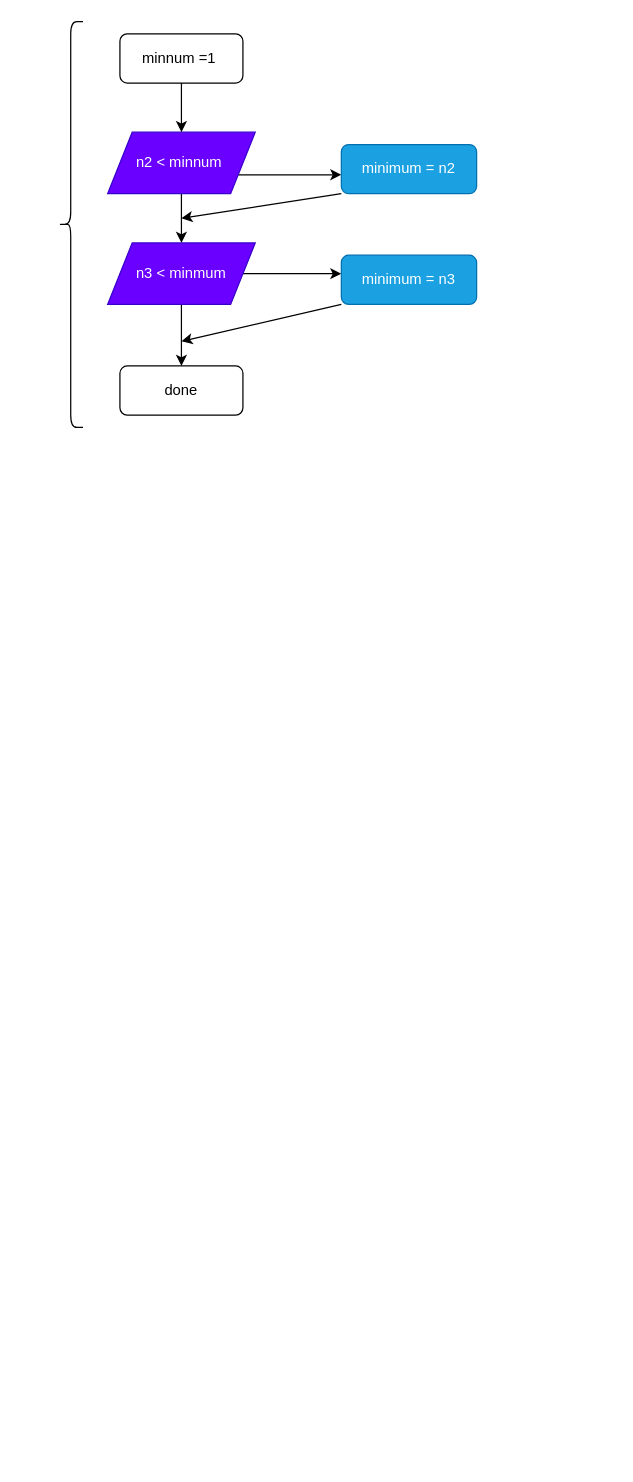
Before: main.drawio in ipivanparra/AD-3-2-F, a draw.io diagram. Source tidied: cells renumbered, new cells numbered last; positions are measured from the earlier drawing's top-left corner, leaving out a move shared by most shapes. Both pictures are drawn from the tidied source at 123%, with x=0, y=0 at pixel (58, 21).
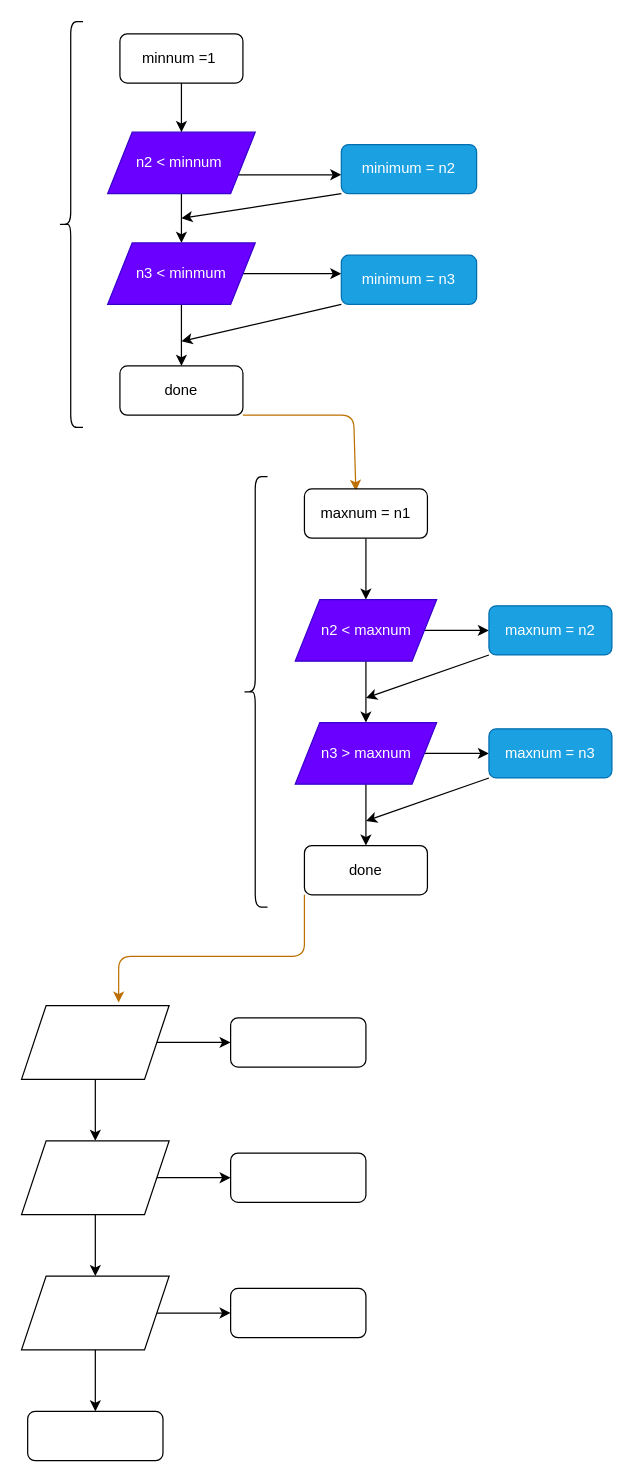
The same page after the edit.

Unchanged cells that the change refers to:
```xml
<mxCell id="10" value="done" style="rounded=1;whiteSpace=wrap;html=1;" parent="1" vertex="1">
  <mxGeometry x="50" y="280" width="100" height="40" as="geometry" />
</mxCell>
```

What changed in the source:
```diff
@@
+    <mxCell id="16" style="edgeStyle=none;html=1;exitX=1;exitY=1;exitDx=0;exitDy=0;entryX=0.418;entryY=0.04;entryDx=0;entryDy=0;entryPerimeter=0;fillColor=#f0a30a;strokeColor=#BD7000;" parent="1" edge="1" source="10" target="18">
+      <mxGeometry relative="1" as="geometry">
+        <Array as="points">
+          <mxPoint x="240" y="320" />
+        </Array>
+      </mxGeometry>
+    </mxCell>
@@
+    <mxCell id="17" style="edgeStyle=none;html=1;exitX=0.5;exitY=1;exitDx=0;exitDy=0;entryX=0.5;entryY=0;entryDx=0;entryDy=0;" parent="1" edge="1" source="18" target="21">
+      <mxGeometry relative="1" as="geometry" />
+    </mxCell>
+    <mxCell id="18" value="maxnum = n1" style="rounded=1;whiteSpace=wrap;html=1;" parent="1" vertex="1">
+      <mxGeometry x="200" y="380" width="100" height="40" as="geometry" />
+    </mxCell>
+    <mxCell id="19" style="edgeStyle=none;html=1;exitX=0.5;exitY=1;exitDx=0;exitDy=0;entryX=0.5;entryY=0;entryDx=0;entryDy=0;" parent="1" edge="1" source="21" target="24">
+      <mxGeometry relative="1" as="geometry" />
+    </mxCell>
+    <mxCell id="20" style="edgeStyle=none;html=1;exitX=1;exitY=0.5;exitDx=0;exitDy=0;entryX=0;entryY=0.5;entryDx=0;entryDy=0;" parent="1" edge="1" source="21" target="26">
+      <mxGeometry relative="1" as="geometry" />
+    </mxCell>
+    <mxCell id="21" value="n2 &amp;lt; maxnum" style="shape=parallelogram;perimeter=parallelogramPerimeter;whiteSpace=wrap;html=1;fixedSize=1;fillColor=#6a00ff;fontColor=#ffffff;strokeColor=#3700CC;" parent="1" vertex="1">
+      <mxGeometry x="192.5" y="470" width="115" height="50" as="geometry" />
+    </mxCell>
+    <mxCell id="22" style="edgeStyle=none;html=1;exitX=1;exitY=0.5;exitDx=0;exitDy=0;entryX=0;entryY=0.5;entryDx=0;entryDy=0;" parent="1" edge="1" source="24" target="28">
+      <mxGeometry relative="1" as="geometry" />
+    </mxCell>
+    <mxCell id="23" style="edgeStyle=none;html=1;exitX=0.5;exitY=1;exitDx=0;exitDy=0;entryX=0.5;entryY=0;entryDx=0;entryDy=0;" parent="1" edge="1" source="24" target="30">
+      <mxGeometry relative="1" as="geometry" />
+    </mxCell>
+    <mxCell id="24" value="n3 &amp;gt; maxnum" style="shape=parallelogram;perimeter=parallelogramPerimeter;whiteSpace=wrap;html=1;fixedSize=1;fillColor=#6a00ff;fontColor=#ffffff;strokeColor=#3700CC;" parent="1" vertex="1">
+      <mxGeometry x="192.5" y="570" width="115" height="50" as="geometry" />
+    </mxCell>
+    <mxCell id="25" style="edgeStyle=none;html=1;exitX=0;exitY=1;exitDx=0;exitDy=0;" parent="1" edge="1" source="26">
+      <mxGeometry relative="1" as="geometry">
+        <mxPoint x="250" y="550" as="targetPoint" />
+      </mxGeometry>
+    </mxCell>
+    <mxCell id="26" value="maxnum = n2" style="rounded=1;whiteSpace=wrap;html=1;fillColor=#1ba1e2;fontColor=#ffffff;strokeColor=#006EAF;" parent="1" vertex="1">
+      <mxGeometry x="350" y="475" width="100" height="40" as="geometry" />
+    </mxCell>
+    <mxCell id="27" style="edgeStyle=none;html=1;exitX=0;exitY=1;exitDx=0;exitDy=0;" parent="1" edge="1" source="28">
+      <mxGeometry relative="1" as="geometry">
+        <mxPoint x="250" y="650" as="targetPoint" />
+      </mxGeometry>
+    </mxCell>
+    <mxCell id="28" value="maxnum = n3" style="rounded=1;whiteSpace=wrap;html=1;fillColor=#1ba1e2;fontColor=#ffffff;strokeColor=#006EAF;" parent="1" vertex="1">
+      <mxGeometry x="350" y="575" width="100" height="40" as="geometry" />
+    </mxCell>
+    <mxCell id="29" style="edgeStyle=none;html=1;exitX=0;exitY=1;exitDx=0;exitDy=0;entryX=0.658;entryY=-0.04;entryDx=0;entryDy=0;fillColor=#f0a30a;strokeColor=#BD7000;entryPerimeter=0;" parent="1" edge="1" source="30" target="34">
+      <mxGeometry relative="1" as="geometry">
+        <Array as="points">
+          <mxPoint x="200" y="760" />
+          <mxPoint x="49" y="760" />
+        </Array>
+      </mxGeometry>
+    </mxCell>
+    <mxCell id="30" value="done" style="rounded=1;whiteSpace=wrap;html=1;" parent="1" vertex="1">
+      <mxGeometry x="200" y="670" width="100" height="40" as="geometry" />
+    </mxCell>
+    <mxCell id="31" style="shape=curlyBracket;whiteSpace=wrap;html=1;rounded=1;labelPosition=left;verticalLabelPosition=middle;align=right;verticalAlign=middle;" parent="1" vertex="1">
+      <mxGeometry x="150" y="370" width="20" height="350" as="geometry" />
+    </mxCell>
+    <mxCell id="32" style="edgeStyle=none;html=1;exitX=0.5;exitY=1;exitDx=0;exitDy=0;entryX=0.5;entryY=0;entryDx=0;entryDy=0;" parent="1" edge="1" source="34" target="37">
+      <mxGeometry relative="1" as="geometry" />
+    </mxCell>
+    <mxCell id="33" style="edgeStyle=none;html=1;exitX=1;exitY=0.5;exitDx=0;exitDy=0;entryX=0;entryY=0.5;entryDx=0;entryDy=0;" parent="1" edge="1" source="34" target="42">
+      <mxGeometry relative="1" as="geometry" />
+    </mxCell>
+    <mxCell id="34" style="shape=parallelogram;perimeter=parallelogramPerimeter;whiteSpace=wrap;html=1;fixedSize=1;" parent="1" vertex="1">
+      <mxGeometry x="-30" y="800" width="120" height="60" as="geometry" />
+    </mxCell>
+    <mxCell id="35" style="edgeStyle=none;html=1;exitX=0.5;exitY=1;exitDx=0;exitDy=0;entryX=0.5;entryY=0;entryDx=0;entryDy=0;" parent="1" edge="1" source="37" target="40">
+      <mxGeometry relative="1" as="geometry" />
+    </mxCell>
+    <mxCell id="36" style="edgeStyle=none;html=1;exitX=1;exitY=0.5;exitDx=0;exitDy=0;entryX=0;entryY=0.5;entryDx=0;entryDy=0;" parent="1" edge="1" source="37" target="43">
+      <mxGeometry relative="1" as="geometry" />
+    </mxCell>
+    <mxCell id="37" style="shape=parallelogram;perimeter=parallelogramPerimeter;whiteSpace=wrap;html=1;fixedSize=1;" parent="1" vertex="1">
+      <mxGeometry x="-30" y="910" width="120" height="60" as="geometry" />
+    </mxCell>
+    <mxCell id="38" style="edgeStyle=none;html=1;exitX=0.5;exitY=1;exitDx=0;exitDy=0;entryX=0.5;entryY=0;entryDx=0;entryDy=0;" parent="1" edge="1" source="40" target="41">
+      <mxGeometry relative="1" as="geometry" />
+    </mxCell>
+    <mxCell id="39" style="edgeStyle=none;html=1;exitX=1;exitY=0.5;exitDx=0;exitDy=0;entryX=0;entryY=0.5;entryDx=0;entryDy=0;" parent="1" edge="1" source="40" target="44">
+      <mxGeometry relative="1" as="geometry" />
+    </mxCell>
+    <mxCell id="40" style="shape=parallelogram;perimeter=parallelogramPerimeter;whiteSpace=wrap;html=1;fixedSize=1;" parent="1" vertex="1">
+      <mxGeometry x="-30" y="1020" width="120" height="60" as="geometry" />
+    </mxCell>
+    <mxCell id="41" style="rounded=1;whiteSpace=wrap;html=1;" parent="1" vertex="1">
+      <mxGeometry x="-25" y="1130" width="110" height="40" as="geometry" />
+    </mxCell>
+    <mxCell id="42" style="rounded=1;whiteSpace=wrap;html=1;" parent="1" vertex="1">
+      <mxGeometry x="140" y="810" width="110" height="40" as="geometry" />
+    </mxCell>
+    <mxCell id="43" style="rounded=1;whiteSpace=wrap;html=1;" parent="1" vertex="1">
+      <mxGeometry x="140" y="920" width="110" height="40" as="geometry" />
+    </mxCell>
+    <mxCell id="44" style="rounded=1;whiteSpace=wrap;html=1;" parent="1" vertex="1">
+      <mxGeometry x="140" y="1030" width="110" height="40" as="geometry" />
+    </mxCell>
```
